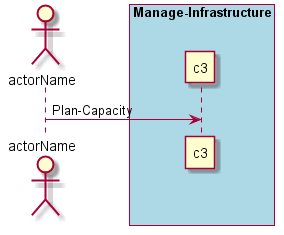
CAADE/C3 keeps this PlantUML diagram as docs/UseCases/Manage-Infrastructure/Plan-Capacity.png. Above is the earlier version. Source of this version:
```plantuml
@startuml
Actor "actorName" as A

box "Manage-Infrastructure" #lightblue
participant "c3" as S
A -> S : Plan-Capacity
end box

@enduml
```
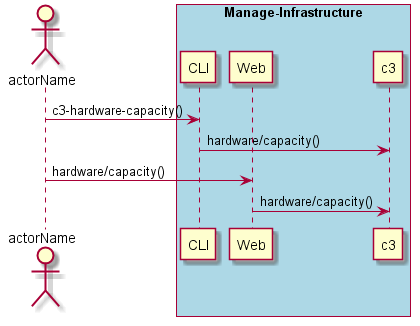
After the commit.

Diff of the diagram source:
```diff
@@ -2,8 +2,13 @@
 Actor "actorName" as A
 
 box "Manage-Infrastructure" #lightblue
+participant CLI as CLI
+participant Web as Web
 participant "c3" as S
-A -> S : Plan-Capacity
+A -> CLI : c3-hardware-capacity()
+CLI -> S : hardware/capacity()
+A -> Web : hardware/capacity()
+Web -> S : hardware/capacity()
 end box
 
 @enduml
```
